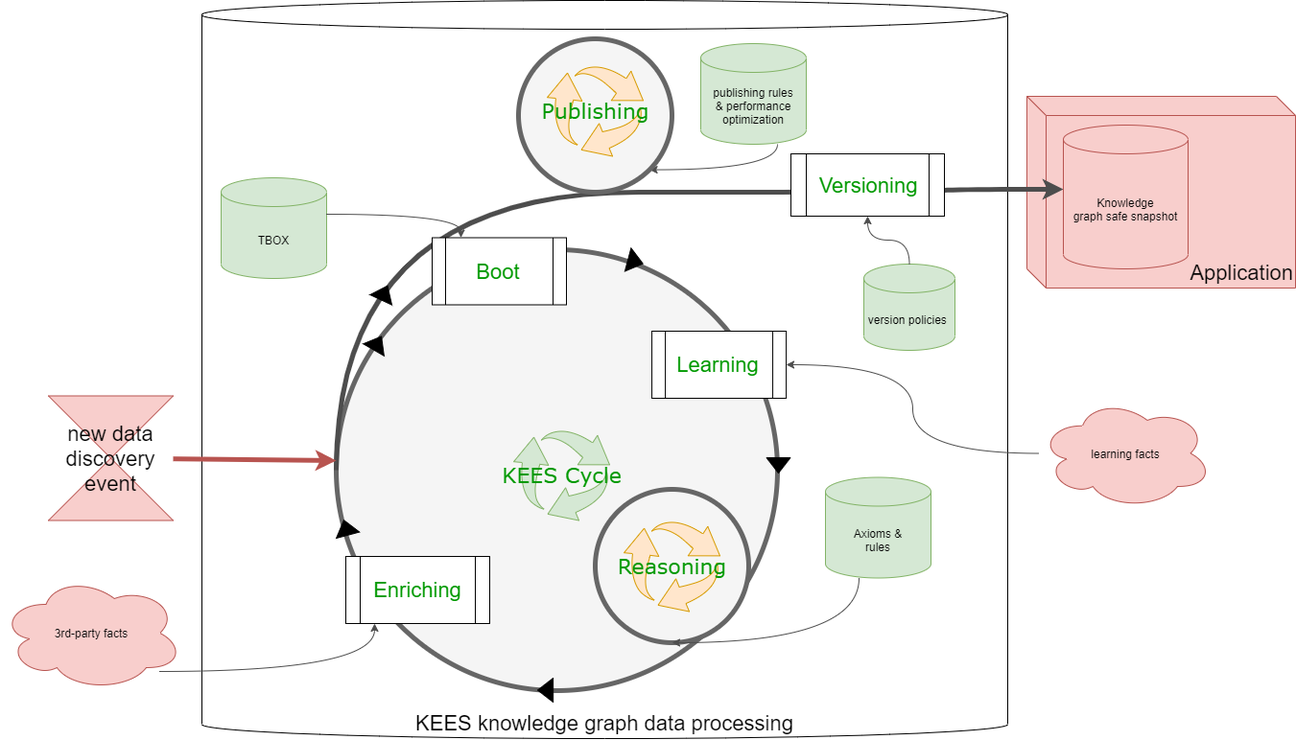
This is v1/images/cycle.png from linkeddatacenter/kees, a draw.io export, as it was before one commit. Source tidied: cells renumbered, new cells last; positions are measured from the earlier drawing's top-left corner, leaving out a move shared by most shapes.
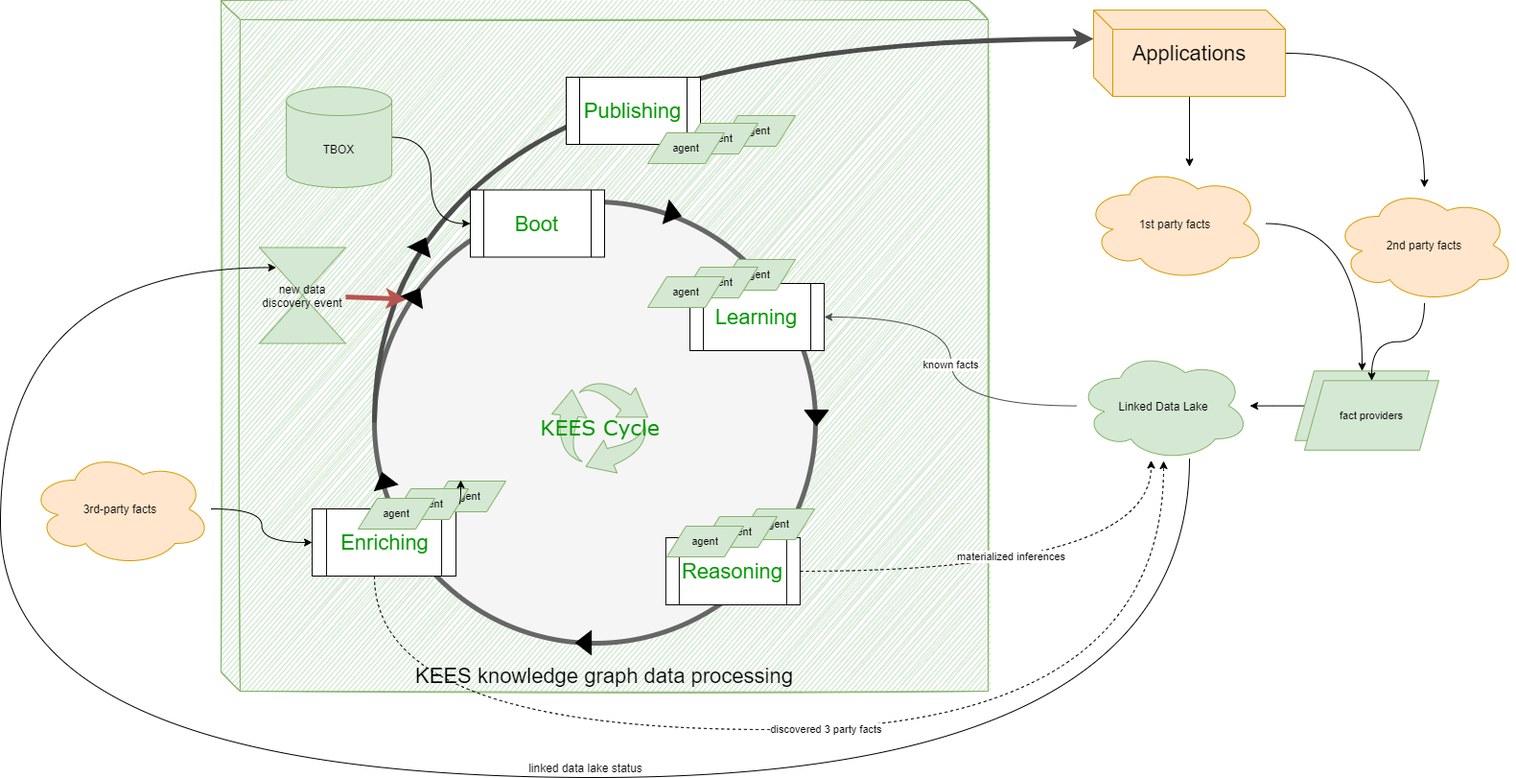
The same file after the commit.

Commit message:
update KEES cycle

What changed in the source:
```diff
@@ -4,7 +4,18 @@
     <mxCell id="1" parent="0" />
+    <mxCell id="38" style="edgeStyle=orthogonalEdgeStyle;curved=1;rounded=0;jettySize=auto;html=1;fontSize=11;" parent="1" edge="1" source="2" target="46">
+      <mxGeometry relative="1" as="geometry">
+        <Array as="points">
+          <mxPoint x="1173" y="260" />
+          <mxPoint x="1173" y="260" />
+        </Array>
+      </mxGeometry>
+    </mxCell>
+    <mxCell id="39" style="edgeStyle=orthogonalEdgeStyle;curved=1;rounded=0;jettySize=auto;html=1;fontSize=12;" parent="1" edge="1" source="2" target="62">
+      <mxGeometry relative="1" as="geometry" />
+    </mxCell>
-    <mxCell id="2" value="&lt;span&gt;Application&lt;/span&gt;" style="shape=cube;whiteSpace=wrap;html=1;fontSize=22;fillColor=#f8cecc;verticalAlign=bottom;strokeColor=#b85450;align=right;" parent="1" vertex="1">
-      <mxGeometry x="1070" y="100" width="280" height="200" as="geometry" />
+    <mxCell id="2" value="&lt;span&gt;Applications&lt;/span&gt;" style="shape=cube;whiteSpace=wrap;html=1;fontSize=22;fillColor=#ffe6cc;verticalAlign=middle;strokeColor=#d79b00;align=center;" parent="1" vertex="1">
+      <mxGeometry x="1100" y="60" width="200" height="90" as="geometry" />
     </mxCell>
-    <mxCell id="3" value="KEES knowledge graph data processing" style="shape=cylinder3;whiteSpace=wrap;html=1;fontSize=22;fillColor=default;verticalAlign=bottom;" parent="1" vertex="1">
-      <mxGeometry x="210" width="840" height="770" as="geometry" />
+    <mxCell id="3" value="KEES knowledge graph data processing" style="shape=cube;whiteSpace=wrap;html=1;fontSize=22;fillColor=#d5e8d4;verticalAlign=bottom;sketch=1;strokeColor=#82b366;" parent="1" vertex="1">
+      <mxGeometry x="190" y="50" width="800" height="720" as="geometry" />
     </mxCell>
@@ -13,10 +24,6 @@
     </mxCell>
-    <mxCell id="5" style="rounded=0;jettySize=auto;html=1;exitX=0;exitY=0.5;exitDx=0;exitDy=0;strokeColor=#4D4D4D;strokeWidth=5;edgeStyle=orthogonalEdgeStyle;curved=1;" parent="1" edge="1" source="4" target="22">
+    <mxCell id="5" style="rounded=0;jettySize=auto;html=1;exitX=0;exitY=0.5;exitDx=0;exitDy=0;strokeColor=#4D4D4D;strokeWidth=5;edgeStyle=orthogonalEdgeStyle;curved=1;" parent="1" edge="1" source="4" target="2">
       <mxGeometry relative="1" as="geometry">
         <Array as="points">
-          <mxPoint x="350" y="200" />
-          <mxPoint x="980" y="200" />
-          <mxPoint x="980" y="197" />
-          <mxPoint x="1238" y="197" />
-          <mxPoint x="1238" y="195" />
+          <mxPoint x="350" y="90" />
         </Array>
@@ -24,79 +31,34 @@
     </mxCell>
-    <mxCell id="6" style="group;fontColor=#009900;" parent="1" vertex="1">
-      <mxGeometry x="620" y="510" width="160" height="160" as="geometry" />
-    </mxCell>
-    <mxCell id="7" style="ellipse;whiteSpace=wrap;html=1;rounded=0;shadow=0;dashed=0;comic=0;fontFamily=Verdana;fontSize=22;fontColor=#0069D1;fillColor=#f5f5f5;strokeColor=#666666;strokeWidth=5;" parent="6" vertex="1">
-      <mxGeometry width="160" height="160" as="geometry" />
-    </mxCell>
-    <mxCell id="8" value="&lt;span style=&quot;font-family: verdana; font-size: 22px;&quot;&gt;Reasoning&lt;/span&gt;" style="sketch=0;html=1;strokeColor=#d79b00;shadow=0;align=center;verticalAlign=middle;fillColor=#ffe6cc;shape=mxgraph.gcp2.arrow_cycle;fontColor=#009900;" parent="6" vertex="1">
-      <mxGeometry x="30" y="32.5" width="100" height="95" as="geometry" />
-    </mxCell>
-    <mxCell id="9" style="rounded=0;jettySize=auto;html=1;strokeColor=#4D4D4D;strokeWidth=1;fontSize=9;edgeStyle=orthogonalEdgeStyle;curved=1;" parent="1" edge="1" source="10" target="28">
-      <mxGeometry x="-0.86" relative="1" as="geometry" />
+    <mxCell id="9" value="known facts&lt;br style=&quot;font-size: 11px;&quot;&gt;" style="rounded=0;jettySize=auto;html=1;strokeColor=#4D4D4D;strokeWidth=1;fontSize=11;edgeStyle=orthogonalEdgeStyle;curved=1;" parent="1" edge="1" source="10" target="28">
+      <mxGeometry x="-0.02" relative="1" as="geometry" />
     </mxCell>
+    <mxCell id="40" value="linked data lake status" style="edgeStyle=orthogonalEdgeStyle;curved=1;rounded=0;jettySize=auto;html=1;entryX=0.195;entryY=0.209;entryDx=0;entryDy=0;entryPerimeter=0;fontSize=12;" parent="1" edge="1" source="10" target="25">
+      <mxGeometry x="-0.2" y="-10" relative="1" as="geometry">
+        <Array as="points">
+          <mxPoint x="1200" y="860" />
+          <mxPoint x="-40" y="860" />
+          <mxPoint x="-40" y="328" />
+        </Array>
+      </mxGeometry>
+    </mxCell>
-    <mxCell id="10" value="learning facts" style="ellipse;shape=cloud;whiteSpace=wrap;html=1;boundedLbl=1;backgroundOutline=1;size=15;strokeWidth=0;fillColor=#f8cecc;verticalAlign=middle;strokeColor=#b85450;" parent="1" vertex="1">
+    <mxCell id="10" value="Linked Data Lake" style="ellipse;shape=cloud;whiteSpace=wrap;html=1;boundedLbl=1;backgroundOutline=1;size=15;strokeWidth=0;fillColor=#d5e8d4;verticalAlign=middle;strokeColor=#82b366;" parent="1" vertex="1">
       <mxGeometry x="1083" y="415" width="180" height="115" as="geometry" />
     </mxCell>
-    <mxCell id="11" style="edgeStyle=orthogonalEdgeStyle;curved=1;rounded=0;jettySize=auto;html=1;strokeColor=#4D4D4D;strokeWidth=1;" parent="1" edge="1" source="12" target="29">
-      <mxGeometry relative="1" as="geometry">
-        <Array as="points">
-          <mxPoint x="390" y="700" />
-        </Array>
-      </mxGeometry>
+    <mxCell id="11" style="edgeStyle=orthogonalEdgeStyle;curved=1;rounded=0;jettySize=auto;html=1;fontSize=11;" parent="1" edge="1" source="12" target="29">
+      <mxGeometry relative="1" as="geometry" />
     </mxCell>
-    <mxCell id="12" value="3rd-party facts" style="ellipse;shape=cloud;whiteSpace=wrap;html=1;boundedLbl=1;backgroundOutline=1;size=15;strokeWidth=0;fillColor=#f8cecc;verticalAlign=middle;strokeColor=#b85450;" parent="1" vertex="1">
-      <mxGeometry y="600" width="190" height="120" as="geometry" />
+    <mxCell id="12" value="3rd-party facts" style="ellipse;shape=cloud;whiteSpace=wrap;html=1;boundedLbl=1;backgroundOutline=1;size=15;strokeWidth=0;fillColor=#ffe6cc;verticalAlign=middle;strokeColor=#d79b00;" parent="1" vertex="1">
+      <mxGeometry x="-10" y="520" width="190" height="120" as="geometry" />
     </mxCell>
-    <mxCell id="13" style="edgeStyle=orthogonalEdgeStyle;curved=1;rounded=0;jettySize=auto;html=1;entryX=0.5;entryY=1;entryDx=0;entryDy=0;strokeColor=#4D4D4D;strokeWidth=1;" parent="1" edge="1" source="14" target="7">
-      <mxGeometry relative="1" as="geometry">
-        <Array as="points">
-          <mxPoint x="895" y="590" />
-        </Array>
-      </mxGeometry>
-    </mxCell>
-    <mxCell id="14" value="Axioms &amp;amp;&lt;br&gt;rules" style="shape=cylinder3;whiteSpace=wrap;html=1;boundedLbl=1;backgroundOutline=1;size=15;strokeWidth=0;fillColor=#d5e8d4;verticalAlign=middle;strokeColor=#82b366;" parent="1" vertex="1">
-      <mxGeometry x="860" y="497.5" width="110" height="105" as="geometry" />
-    </mxCell>
-    <mxCell id="15" style="edgeStyle=orthogonalEdgeStyle;curved=1;rounded=0;jettySize=auto;html=1;entryX=1;entryY=1;entryDx=0;entryDy=0;strokeColor=#4D4D4D;strokeWidth=1;" parent="1" edge="1" source="16" target="20">
-      <mxGeometry relative="1" as="geometry">
-        <Array as="points">
-          <mxPoint x="810" y="177" />
-        </Array>
-      </mxGeometry>
-    </mxCell>
-    <mxCell id="16" value="publishing rules&lt;br&gt;&amp;amp; performance optimization" style="shape=cylinder3;whiteSpace=wrap;html=1;boundedLbl=1;backgroundOutline=1;size=15;strokeWidth=0;fillColor=#d5e8d4;verticalAlign=middle;strokeColor=#82b366;" parent="1" vertex="1">
-      <mxGeometry x="730" y="45" width="110" height="105" as="geometry" />
-    </mxCell>
+    <mxCell id="18" style="edgeStyle=orthogonalEdgeStyle;curved=1;rounded=0;jettySize=auto;html=1;entryX=0;entryY=0.5;entryDx=0;entryDy=0;fontSize=11;" parent="1" edge="1" source="17" target="27">
+      <mxGeometry relative="1" as="geometry" />
+    </mxCell>
     <mxCell id="17" value="TBOX" style="shape=cylinder3;whiteSpace=wrap;html=1;boundedLbl=1;backgroundOutline=1;size=15;strokeWidth=0;fillColor=#d5e8d4;verticalAlign=middle;strokeColor=#82b366;" parent="1" vertex="1">
-      <mxGeometry x="230" y="185" width="110" height="105" as="geometry" />
+      <mxGeometry x="258.1" y="140" width="110" height="105" as="geometry" />
     </mxCell>
-    <mxCell id="18" style="edgeStyle=orthogonalEdgeStyle;curved=1;rounded=0;jettySize=auto;html=1;strokeColor=#4D4D4D;strokeWidth=1;" parent="1" edge="1" source="17" target="27">
-      <mxGeometry relative="1" as="geometry">
-        <Array as="points">
-          <mxPoint x="480" y="223" />
-        </Array>
-      </mxGeometry>
-    </mxCell>
-    <mxCell id="19" style="group;fontColor=#009900;" parent="1" vertex="1">
-      <mxGeometry x="540" y="40" width="160" height="160" as="geometry" />
-    </mxCell>
-    <mxCell id="20" style="ellipse;whiteSpace=wrap;html=1;rounded=0;shadow=0;dashed=0;comic=0;fontFamily=Verdana;fontSize=22;fontColor=#0069D1;fillColor=#f5f5f5;strokeColor=#666666;strokeWidth=5;" parent="19" vertex="1">
-      <mxGeometry width="160" height="160" as="geometry" />
-    </mxCell>
-    <mxCell id="21" value="&lt;span style=&quot;font-family: &amp;#34;verdana&amp;#34; ; font-size: 22px&quot;&gt;&lt;font color=&quot;#009900&quot;&gt;Publishing&lt;/font&gt;&lt;/span&gt;" style="sketch=0;html=1;strokeColor=#d79b00;shadow=0;align=center;verticalAlign=middle;fillColor=#ffe6cc;shape=mxgraph.gcp2.arrow_cycle;" parent="19" vertex="1">
-      <mxGeometry x="30" y="27.5" width="100" height="95" as="geometry" />
-    </mxCell>
-    <mxCell id="22" value="Knowledge&lt;br&gt;graph safe snapshot" style="shape=cylinder3;whiteSpace=wrap;html=1;boundedLbl=1;backgroundOutline=1;size=15;fillColor=#f8cecc;strokeColor=#b85450;" parent="1" vertex="1">
-      <mxGeometry x="1108" y="130" width="130" height="150" as="geometry" />
-    </mxCell>
-    <mxCell id="23" style="rounded=0;jettySize=auto;html=1;fontSize=22;strokeWidth=5;fillColor=#f8cecc;strokeColor=#b85450;" parent="1" edge="1" source="25">
-      <mxGeometry relative="1" as="geometry">
-        <mxPoint x="350" y="480" as="targetPoint" />
-      </mxGeometry>
+    <mxCell id="23" style="rounded=0;jettySize=auto;html=1;fontSize=22;strokeWidth=5;fillColor=#f8cecc;strokeColor=#b85450;entryX=0;entryY=0.25;entryDx=0;entryDy=0;" parent="1" edge="1" source="25" target="35">
+      <mxGeometry relative="1" as="geometry" />
     </mxCell>
-    <mxCell id="24" value="version policies&amp;nbsp;" style="shape=cylinder3;whiteSpace=wrap;html=1;boundedLbl=1;backgroundOutline=1;size=15;strokeWidth=0;fillColor=#d5e8d4;verticalAlign=middle;strokeColor=#82b366;" parent="1" vertex="1">
-      <mxGeometry x="900" y="275" width="95" height="90" as="geometry" />
-    </mxCell>
-    <mxCell id="25" value="new data discovery event" style="shape=collate;whiteSpace=wrap;html=1;fontSize=22;fillColor=#f8cecc;verticalAlign=middle;strokeColor=#b85450;" parent="1" vertex="1">
-      <mxGeometry x="50" y="412.5" width="130" height="130" as="geometry" />
+    <mxCell id="25" value="new data discovery event" style="shape=collate;whiteSpace=wrap;html=1;fontSize=12;fillColor=#d5e8d4;verticalAlign=middle;strokeColor=#82b366;" parent="1" vertex="1">
+      <mxGeometry x="230" y="307.5" width="90" height="100" as="geometry" />
     </mxCell>
@@ -111,4 +73,12 @@
     </mxCell>
+    <mxCell id="41" value="discovered 3 party facts" style="edgeStyle=orthogonalEdgeStyle;curved=1;rounded=0;jettySize=auto;html=1;dashed=1;" parent="1" edge="1" source="29" target="10">
+      <mxGeometry relative="1" as="geometry">
+        <Array as="points">
+          <mxPoint x="350" y="810" />
+          <mxPoint x="1173" y="810" />
+        </Array>
+      </mxGeometry>
+    </mxCell>
     <mxCell id="29" value="Enriching" style="shape=process;whiteSpace=wrap;html=1;backgroundOutline=1;labelBackgroundColor=default;fontColor=#009900;gradientColor=none;fontSize=22;" parent="1" vertex="1">
-      <mxGeometry x="360" y="580" width="150" height="70" as="geometry" />
+      <mxGeometry x="285.1" y="580" width="150" height="70" as="geometry" />
     </mxCell>
@@ -132,8 +102,89 @@
     </mxCell>
-    <mxCell id="36" value="Versioning" style="shape=process;whiteSpace=wrap;html=1;backgroundOutline=1;labelBackgroundColor=default;fontColor=#009900;gradientColor=none;fontSize=22;" parent="1" vertex="1">
-      <mxGeometry x="824" y="160" width="160" height="65" as="geometry" />
-    </mxCell>
-    <mxCell id="37" style="rounded=0;jettySize=auto;html=1;strokeColor=#4D4D4D;strokeWidth=1;edgeStyle=orthogonalEdgeStyle;curved=1;fontSize=9;" parent="1" edge="1" source="24" target="36">
-      <mxGeometry x="-0.86" relative="1" as="geometry" />
-    </mxCell>
+    <mxCell id="21" value="Publishing" style="shape=process;whiteSpace=wrap;html=1;backgroundOutline=1;labelBackgroundColor=default;fontColor=#009900;gradientColor=none;fontSize=22;" parent="1" vertex="1">
+      <mxGeometry x="550" y="130" width="140" height="70" as="geometry" />
+    </mxCell>
+    <mxCell id="42" value="materialized inferences" style="edgeStyle=orthogonalEdgeStyle;rounded=0;jettySize=auto;html=1;curved=1;dashed=1;" parent="1" edge="1" source="8" target="10">
+      <mxGeometry x="-0.08" y="15" relative="1" as="geometry">
+        <Array as="points">
+          <mxPoint x="1160" y="645" />
+        </Array>
+      </mxGeometry>
+    </mxCell>
+    <mxCell id="8" value="Reasoning" style="shape=process;whiteSpace=wrap;html=1;backgroundOutline=1;labelBackgroundColor=default;fontColor=#009900;gradientColor=none;fontSize=22;" parent="1" vertex="1">
+      <mxGeometry x="653.9" y="610" width="140" height="70" as="geometry" />
+    </mxCell>
+    <mxCell id="43" style="edgeStyle=orthogonalEdgeStyle;curved=1;rounded=0;jettySize=auto;html=1;fontSize=11;" parent="1" edge="1" source="44" target="10">
+      <mxGeometry relative="1" as="geometry" />
+    </mxCell>
+    <mxCell id="44" value="fact providers" style="shape=parallelogram;perimeter=parallelogramPerimeter;whiteSpace=wrap;html=1;fixedSize=1;fontSize=11;align=center;verticalAlign=middle;fillColor=#d5e8d4;strokeColor=#82b366;" parent="1" vertex="1">
+      <mxGeometry x="1310" y="436.2" width="140" height="72.5" as="geometry" />
+    </mxCell>
+    <mxCell id="45" style="edgeStyle=orthogonalEdgeStyle;curved=1;rounded=0;jettySize=auto;html=1;fontSize=11;" parent="1" edge="1" source="46" target="44">
+      <mxGeometry relative="1" as="geometry" />
+    </mxCell>
+    <mxCell id="46" value="1st party facts" style="ellipse;shape=cloud;whiteSpace=wrap;html=1;boundedLbl=1;backgroundOutline=1;size=15;strokeWidth=0;fillColor=#ffe6cc;verticalAlign=middle;strokeColor=#d79b00;" parent="1" vertex="1">
+      <mxGeometry x="1090" y="222.5" width="190" height="120" as="geometry" />
+    </mxCell>
+    <mxCell id="47" style="group;" parent="1" vertex="1">
+      <mxGeometry x="635" y="320" width="154.1" height="50" as="geometry" />
+    </mxCell>
+    <mxCell id="48" value="agent" style="shape=parallelogram;perimeter=parallelogramPerimeter;whiteSpace=wrap;html=1;fixedSize=1;fontSize=11;align=center;verticalAlign=middle;fillColor=#d5e8d4;strokeColor=#82b366;" parent="47" vertex="1">
+      <mxGeometry x="74.1" width="80" height="32" as="geometry" />
+    </mxCell>
+    <mxCell id="49" value="agent" style="shape=parallelogram;perimeter=parallelogramPerimeter;whiteSpace=wrap;html=1;fixedSize=1;fontSize=11;align=center;verticalAlign=middle;fillColor=#d5e8d4;strokeColor=#82b366;" parent="47" vertex="1">
+      <mxGeometry x="35" y="8" width="80" height="32" as="geometry" />
+    </mxCell>
+    <mxCell id="50" value="agent" style="shape=parallelogram;perimeter=parallelogramPerimeter;whiteSpace=wrap;html=1;fixedSize=1;fontSize=11;align=center;verticalAlign=middle;fillColor=#d5e8d4;strokeColor=#82b366;" parent="47" vertex="1">
+      <mxGeometry y="18" width="80" height="32" as="geometry" />
+    </mxCell>
+    <mxCell id="51" style="group;" parent="1" vertex="1">
+      <mxGeometry x="333" y="551" width="154.1" height="50" as="geometry" />
+    </mxCell>
+    <mxCell id="52" value="agent" style="shape=parallelogram;perimeter=parallelogramPerimeter;whiteSpace=wrap;html=1;fixedSize=1;fontSize=11;align=center;verticalAlign=middle;fillColor=#d5e8d4;strokeColor=#82b366;" parent="51" vertex="1">
+      <mxGeometry x="74.1" width="80" height="32" as="geometry" />
+    </mxCell>
+    <mxCell id="53" value="agent" style="shape=parallelogram;perimeter=parallelogramPerimeter;whiteSpace=wrap;html=1;fixedSize=1;fontSize=11;align=center;verticalAlign=middle;fillColor=#d5e8d4;strokeColor=#82b366;" parent="51" vertex="1">
+      <mxGeometry x="35" y="8" width="80" height="32" as="geometry" />
+    </mxCell>
+    <mxCell id="54" value="agent" style="shape=parallelogram;perimeter=parallelogramPerimeter;whiteSpace=wrap;html=1;fixedSize=1;fontSize=11;align=center;verticalAlign=middle;fillColor=#d5e8d4;strokeColor=#82b366;" parent="51" vertex="1">
+      <mxGeometry y="18" width="80" height="32" as="geometry" />
+    </mxCell>
+    <mxCell id="55" style="group;" parent="1" vertex="1">
+      <mxGeometry x="655" y="580" width="154.1" height="50" as="geometry" />
+    </mxCell>
+    <mxCell id="56" value="agent" style="shape=parallelogram;perimeter=parallelogramPerimeter;whiteSpace=wrap;html=1;fixedSize=1;fontSize=11;align=center;verticalAlign=middle;fillColor=#d5e8d4;strokeColor=#82b366;" parent="55" vertex="1">
+      <mxGeometry x="74.1" width="80" height="32" as="geometry" />
+    </mxCell>
+    <mxCell id="57" value="agent" style="shape=parallelogram;perimeter=parallelogramPerimeter;whiteSpace=wrap;html=1;fixedSize=1;fontSize=11;align=center;verticalAlign=middle;fillColor=#d5e8d4;strokeColor=#82b366;" parent="55" vertex="1">
+      <mxGeometry x="35" y="8" width="80" height="32" as="geometry" />
+    </mxCell>
+    <mxCell id="58" value="agent" style="shape=parallelogram;perimeter=parallelogramPerimeter;whiteSpace=wrap;html=1;fixedSize=1;fontSize=11;align=center;verticalAlign=middle;fillColor=#d5e8d4;strokeColor=#82b366;" parent="55" vertex="1">
+      <mxGeometry y="18" width="80" height="32" as="geometry" />
+    </mxCell>
+    <mxCell id="59" style="edgeStyle=orthogonalEdgeStyle;curved=1;rounded=0;jettySize=auto;html=1;exitX=1;exitY=0.5;exitDx=0;exitDy=0;fontSize=11;" parent="1" edge="1" source="53">
+      <mxGeometry relative="1" as="geometry">
+        <mxPoint x="440" y="550" as="targetPoint" />
+      </mxGeometry>
+    </mxCell>
+    <mxCell id="60" value="fact providers" style="shape=parallelogram;perimeter=parallelogramPerimeter;whiteSpace=wrap;html=1;fixedSize=1;fontSize=11;align=center;verticalAlign=middle;fillColor=#d5e8d4;strokeColor=#82b366;" parent="1" vertex="1">
+      <mxGeometry x="1320" y="446.2" width="140" height="72.5" as="geometry" />
+    </mxCell>
+    <mxCell id="61" style="edgeStyle=orthogonalEdgeStyle;curved=1;rounded=0;jettySize=auto;html=1;fontSize=12;" parent="1" edge="1" source="62" target="60">
+      <mxGeometry relative="1" as="geometry" />
+    </mxCell>
+    <mxCell id="62" value="2nd party facts" style="ellipse;shape=cloud;whiteSpace=wrap;html=1;boundedLbl=1;backgroundOutline=1;size=15;strokeWidth=0;fillColor=#ffe6cc;verticalAlign=middle;strokeColor=#d79b00;" parent="1" vertex="1">
+      <mxGeometry x="1350" y="245" width="190" height="120" as="geometry" />
+    </mxCell>
+    <mxCell id="63" style="group;" parent="1" vertex="1">
+      <mxGeometry x="635" y="170" width="154.1" height="50" as="geometry" />
+    </mxCell>
+    <mxCell id="64" value="agent" style="shape=parallelogram;perimeter=parallelogramPerimeter;whiteSpace=wrap;html=1;fixedSize=1;fontSize=11;align=center;verticalAlign=middle;fillColor=#d5e8d4;strokeColor=#82b366;" parent="63" vertex="1">
+      <mxGeometry x="74.1" width="80" height="32" as="geometry" />
+    </mxCell>
+    <mxCell id="65" value="agent" style="shape=parallelogram;perimeter=parallelogramPerimeter;whiteSpace=wrap;html=1;fixedSize=1;fontSize=11;align=center;verticalAlign=middle;fillColor=#d5e8d4;strokeColor=#82b366;" parent="63" vertex="1">
+      <mxGeometry x="35" y="8" width="80" height="32" as="geometry" />
+    </mxCell>
+    <mxCell id="66" value="agent" style="shape=parallelogram;perimeter=parallelogramPerimeter;whiteSpace=wrap;html=1;fixedSize=1;fontSize=11;align=center;verticalAlign=middle;fillColor=#d5e8d4;strokeColor=#82b366;" parent="63" vertex="1">
+      <mxGeometry y="18" width="80" height="32" as="geometry" />
+    </mxCell>
   </root>
```
